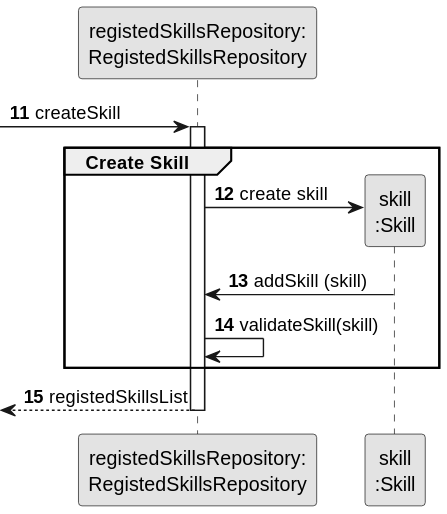
Earlier version of the PlantUML export docs/sprint2/us001/03.design/svg/us001-sequence-diagram-partial-create-skill.svg (1231360-ISEP/lei-24-s2-1db-g021).
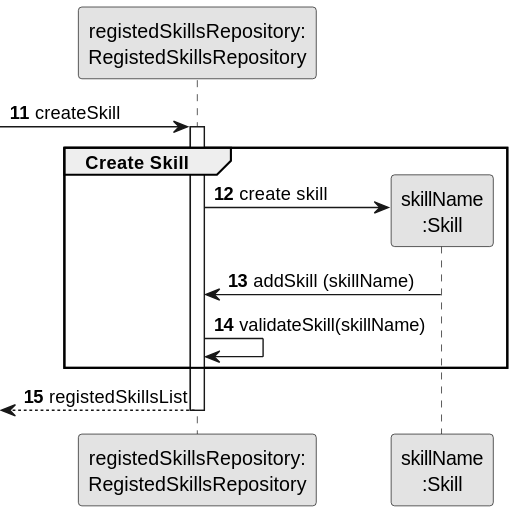
After the change.

Commit message:
Update US01 - Sequence Diagram and SVG

What changed in the source:
```diff
@@ -4,7 +4,7 @@
 skinparam shadowing false
 
 participant "registedSkillsRepository:\nRegistedSkillsRepository" as RegistedSkillsRepository
-participant "skill\n:Skill" as TAREFA
+participant "skillName\n:Skill" as TAREFA
 
 autonumber 11
 -> RegistedSkillsRepository: createSkill
@@ -13,9 +13,9 @@
     group Create Skill
 
         RegistedSkillsRepository -> TAREFA**: create skill
-        TAREFA -> RegistedSkillsRepository: addSkill (skill)
+        TAREFA -> RegistedSkillsRepository: addSkill (skillName)
 
-            RegistedSkillsRepository -> RegistedSkillsRepository: validateSkill(skill)
+            RegistedSkillsRepository -> RegistedSkillsRepository: validateSkill(skillName)
 
     end
 
```
